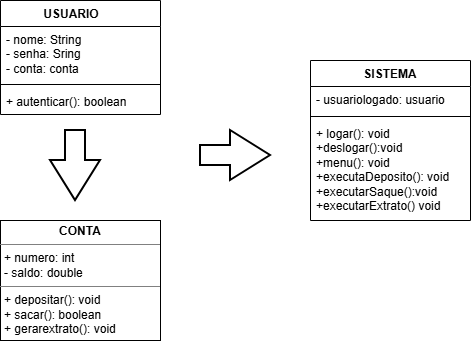
Above: Recursos/Diagrama UML JavaBank.drawio.png in ErickDev0101/JavaBank (draw.io), before the change. Source tidied: cells renumbered, new cells last; positions are measured from the earlier drawing's top-left corner, leaving out a move shared by most shapes. The source it was exported from:
```xml
<mxGraphModel>
  <root>
    <mxCell id="0" />
    <mxCell id="1" parent="0" />
    <mxCell id="2" value="&lt;p style=&quot;margin:0px;margin-top:4px;text-align:center;&quot;&gt;&lt;b&gt;CONTA&lt;/b&gt;&lt;/p&gt;&lt;hr size=&quot;1&quot; style=&quot;border-style:solid;&quot;&gt;&lt;p style=&quot;margin:0px;margin-left:4px;&quot;&gt;+ numero: int&lt;/p&gt;&lt;p style=&quot;margin:0px;margin-left:4px;&quot;&gt;- saldo: double&lt;/p&gt;&lt;hr size=&quot;1&quot; style=&quot;border-style:solid;&quot;&gt;&lt;p style=&quot;margin:0px;margin-left:4px;&quot;&gt;+ depositar(): void&lt;/p&gt;&lt;p style=&quot;margin:0px;margin-left:4px;&quot;&gt;+ sacar(): boolean&lt;/p&gt;&lt;p style=&quot;margin:0px;margin-left:4px;&quot;&gt;+ gerarextrato(): void&lt;/p&gt;&lt;p style=&quot;margin:0px;margin-left:4px;&quot;&gt;&lt;br&gt;&lt;/p&gt;" style="verticalAlign=top;align=left;overflow=fill;html=1;whiteSpace=wrap;" parent="1" vertex="1">
      <mxGeometry y="220" width="160" height="120" as="geometry" />
    </mxCell>
    <mxCell id="3" value="&lt;span style=&quot;white-space: pre;&quot;&gt;&#9;&lt;/span&gt;&amp;nbsp;USUARIO&lt;span style=&quot;white-space: pre;&quot;&gt;&#9;&lt;/span&gt;&lt;span style=&quot;white-space: pre;&quot;&gt;&#9;&lt;/span&gt;" style="swimlane;fontStyle=1;align=center;verticalAlign=top;horizontal=1;startSize=26;whiteSpace=wrap;html=1;" parent="1" vertex="1">
      <mxGeometry width="160" height="114" as="geometry" />
    </mxCell>
    <mxCell id="4" value="- nome: String&lt;div&gt;- senha: Sring&lt;/div&gt;&lt;div&gt;- conta: conta&lt;span style=&quot;white-space: pre;&quot;&gt;&#9;&lt;/span&gt;&lt;span style=&quot;white-space: pre;&quot;&gt;&#9;&lt;/span&gt;&lt;/div&gt;" style="text;strokeColor=none;fillColor=none;align=left;verticalAlign=top;spacingLeft=4;spacingRight=4;overflow=hidden;whiteSpace=wrap;html=1;" parent="3" vertex="1">
      <mxGeometry y="26" width="160" height="54" as="geometry" />
    </mxCell>
    <mxCell id="5" style="line;strokeWidth=1;fillColor=none;align=left;verticalAlign=middle;spacingTop=-1;spacingLeft=3;spacingRight=3;labelPosition=right;strokeColor=inherit;" parent="3" vertex="1">
      <mxGeometry y="80" width="160" height="8" as="geometry" />
    </mxCell>
    <mxCell id="6" value="+ autenticar(): boolean&lt;div&gt;&lt;br&gt;&lt;/div&gt;" style="text;strokeColor=none;fillColor=none;align=left;verticalAlign=top;spacingLeft=4;spacingRight=4;overflow=hidden;whiteSpace=wrap;html=1;" parent="3" vertex="1">
      <mxGeometry y="88" width="160" height="26" as="geometry" />
    </mxCell>
    <mxCell id="7" value="SISTEMA" style="swimlane;fontStyle=1;align=center;verticalAlign=top;horizontal=1;startSize=26;whiteSpace=wrap;html=1;" parent="1" vertex="1">
      <mxGeometry x="310" y="60" width="160" height="160" as="geometry" />
    </mxCell>
    <mxCell id="8" value="- usuariologado: usuario" style="text;strokeColor=none;fillColor=none;align=left;verticalAlign=top;spacingLeft=4;spacingRight=4;overflow=hidden;whiteSpace=wrap;html=1;" parent="7" vertex="1">
      <mxGeometry y="26" width="160" height="26" as="geometry" />
    </mxCell>
    <mxCell id="9" style="line;strokeWidth=1;fillColor=none;align=left;verticalAlign=middle;spacingTop=-1;spacingLeft=3;spacingRight=3;labelPosition=right;strokeColor=inherit;" parent="7" vertex="1">
      <mxGeometry y="52" width="160" height="8" as="geometry" />
    </mxCell>
    <mxCell id="10" value="+ logar(): void&lt;div&gt;+deslogar():void&lt;br&gt;&lt;div&gt;&lt;div&gt;+menu(): void&lt;br&gt;+executaDeposito(): void&lt;/div&gt;&lt;div&gt;+executarSaque():void&lt;br&gt;+executarExtrato() void&lt;/div&gt;&lt;div&gt;&lt;br&gt;&lt;/div&gt;&lt;/div&gt;&lt;/div&gt;" style="text;strokeColor=none;fillColor=none;align=left;verticalAlign=top;spacingLeft=4;spacingRight=4;overflow=hidden;whiteSpace=wrap;html=1;" parent="7" vertex="1">
      <mxGeometry y="60" width="160" height="100" as="geometry" />
    </mxCell>
    <mxCell id="11" style="verticalLabelPosition=bottom;verticalAlign=top;html=1;strokeWidth=2;shape=mxgraph.arrows2.arrow;dy=0.6;dx=40;notch=0;rotation=90;" parent="1" vertex="1">
      <mxGeometry x="40" y="140" width="70" height="50" as="geometry" />
    </mxCell>
    <mxCell id="12" style="verticalLabelPosition=bottom;verticalAlign=top;html=1;strokeWidth=2;shape=mxgraph.arrows2.arrow;dy=0.6;dx=40;notch=0;rotation=0;" parent="1" vertex="1">
      <mxGeometry x="200" y="130" width="70" height="50" as="geometry" />
    </mxCell>
  </root>
</mxGraphModel>
```
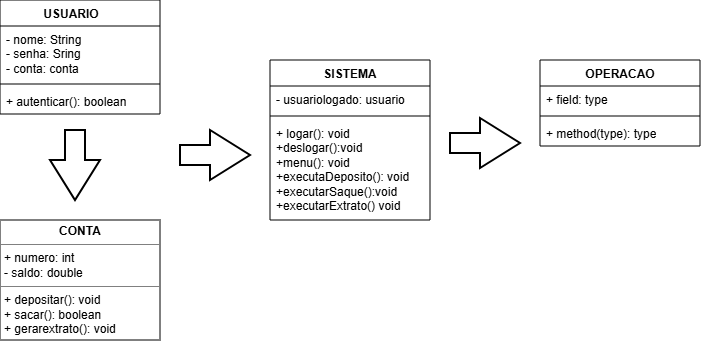
The same diagram one commit later.

What changed in the source:
```diff
@@ -18,7 +18,7 @@
       <mxGeometry y="88" width="160" height="26" as="geometry" />
     </mxCell>
     <mxCell id="7" value="SISTEMA" style="swimlane;fontStyle=1;align=center;verticalAlign=top;horizontal=1;startSize=26;whiteSpace=wrap;html=1;" parent="1" vertex="1">
-      <mxGeometry x="310" y="60" width="160" height="160" as="geometry" />
+      <mxGeometry x="270" y="60" width="160" height="160" as="geometry" />
     </mxCell>
     <mxCell id="8" value="- usuariologado: usuario" style="text;strokeColor=none;fillColor=none;align=left;verticalAlign=top;spacingLeft=4;spacingRight=4;overflow=hidden;whiteSpace=wrap;html=1;" parent="7" vertex="1">
       <mxGeometry y="26" width="160" height="26" as="geometry" />
@@ -33,7 +33,22 @@
       <mxGeometry x="40" y="140" width="70" height="50" as="geometry" />
     </mxCell>
     <mxCell id="12" style="verticalLabelPosition=bottom;verticalAlign=top;html=1;strokeWidth=2;shape=mxgraph.arrows2.arrow;dy=0.6;dx=40;notch=0;rotation=0;" parent="1" vertex="1">
-      <mxGeometry x="200" y="130" width="70" height="50" as="geometry" />
+      <mxGeometry x="180" y="130" width="70" height="50" as="geometry" />
     </mxCell>
+    <mxCell id="13" value="OPERACAO" style="swimlane;fontStyle=1;align=center;verticalAlign=top;horizontal=1;startSize=26;whiteSpace=wrap;html=1;" parent="1" vertex="1">
+      <mxGeometry x="540" y="60" width="160" height="86" as="geometry" />
+    </mxCell>
+    <mxCell id="14" value="+ field: type" style="text;strokeColor=none;fillColor=none;align=left;verticalAlign=top;spacingLeft=4;spacingRight=4;overflow=hidden;whiteSpace=wrap;html=1;" parent="13" vertex="1">
+      <mxGeometry y="26" width="160" height="26" as="geometry" />
+    </mxCell>
+    <mxCell id="15" style="line;strokeWidth=1;fillColor=none;align=left;verticalAlign=middle;spacingTop=-1;spacingLeft=3;spacingRight=3;labelPosition=right;strokeColor=inherit;" parent="13" vertex="1">
+      <mxGeometry y="52" width="160" height="8" as="geometry" />
+    </mxCell>
+    <mxCell id="16" value="+ method(type): type" style="text;strokeColor=none;fillColor=none;align=left;verticalAlign=top;spacingLeft=4;spacingRight=4;overflow=hidden;whiteSpace=wrap;html=1;" parent="13" vertex="1">
+      <mxGeometry y="60" width="160" height="26" as="geometry" />
+    </mxCell>
+    <mxCell id="17" style="verticalLabelPosition=bottom;verticalAlign=top;html=1;strokeWidth=2;shape=mxgraph.arrows2.arrow;dy=0.6;dx=40;notch=0;rotation=0;" parent="1" vertex="1">
+      <mxGeometry x="450" y="118" width="70" height="50" as="geometry" />
+    </mxCell>
   </root>
 </mxGraphModel>
```
